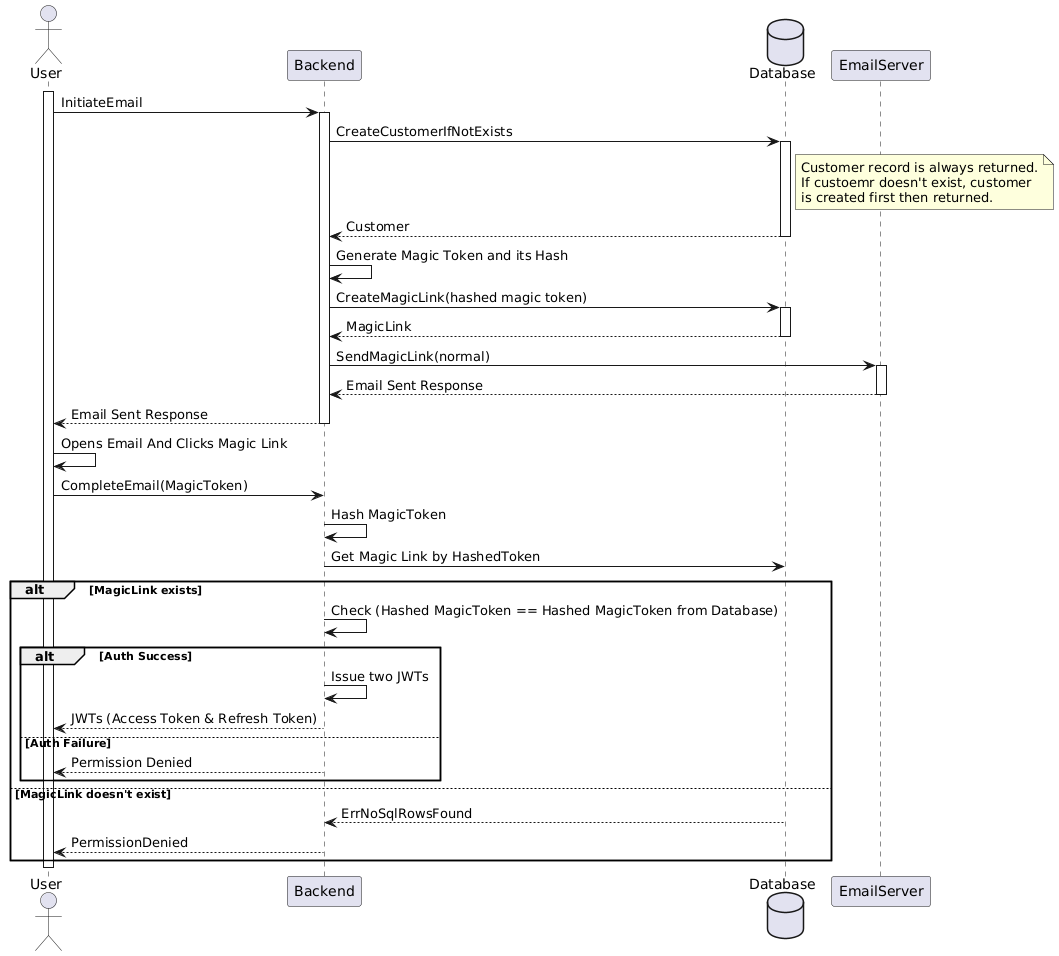
jadwalapp/symmetrical-spoon keeps this PlantUML diagram as docs/gp1/images/docs/diagrams/sequence-diagrams/all-sequence-diagrams/Continue with Email.png. Above is the earlier version.
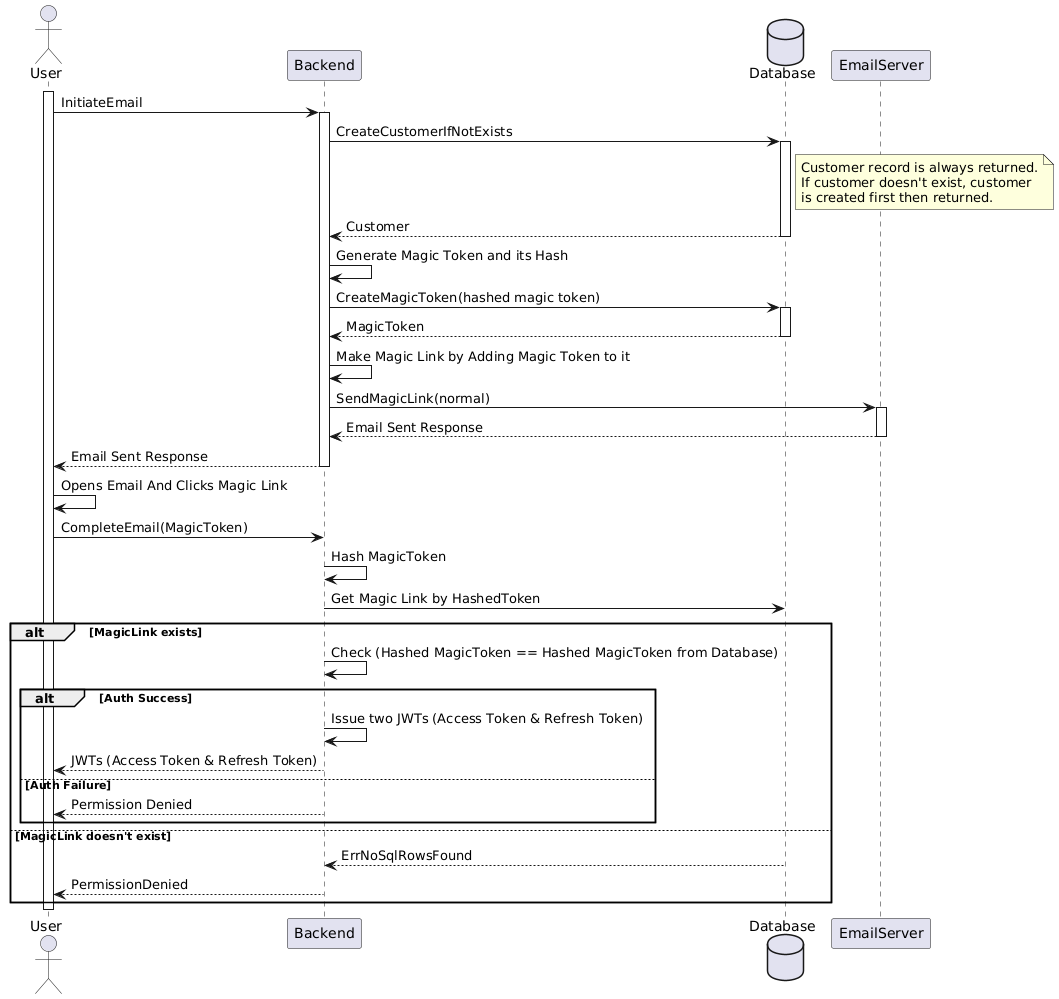
Later version of the same file.

The edit, as a diff of the source:
```diff
@@ -1,4 +1,4 @@
-@startuml
+@startuml Continue with Email
 actor User
 participant Backend
 database Database
@@ -9,13 +9,15 @@
 User -> Backend ++ : InitiateEmail
 
 Backend -> Database ++ : CreateCustomerIfNotExists
-note right of Database : Customer record is always returned.\nIf custoemr doesn't exist, customer\nis created first then returned.
+note right of Database : Customer record is always returned.\nIf customer doesn't exist, customer\nis created first then returned.
 Database --> Backend -- : Customer
 
 Backend -> Backend : Generate Magic Token and its Hash
 
-Backend -> Database ++ : CreateMagicLink(hashed magic token)
-Database --> Backend -- : MagicLink
+Backend -> Database ++ : CreateMagicToken(hashed magic token)
+Database --> Backend -- : MagicToken
+
+Backend -> Backend : Make Magic Link by Adding Magic Token to it
 
 Backend -> EmailServer ++ : SendMagicLink(normal)
 EmailServer --> Backend -- : Email Sent Response
@@ -32,7 +34,7 @@
 alt MagicLink exists
     Backend -> Backend : Check (Hashed MagicToken == Hashed MagicToken from Database)
     alt Auth Success
-        Backend -> Backend : Issue two JWTs
+        Backend -> Backend : Issue two JWTs (Access Token & Refresh Token)
         Backend --> User : JWTs (Access Token & Refresh Token)
     else Auth Failure
         Backend --> User : Permission Denied
```
